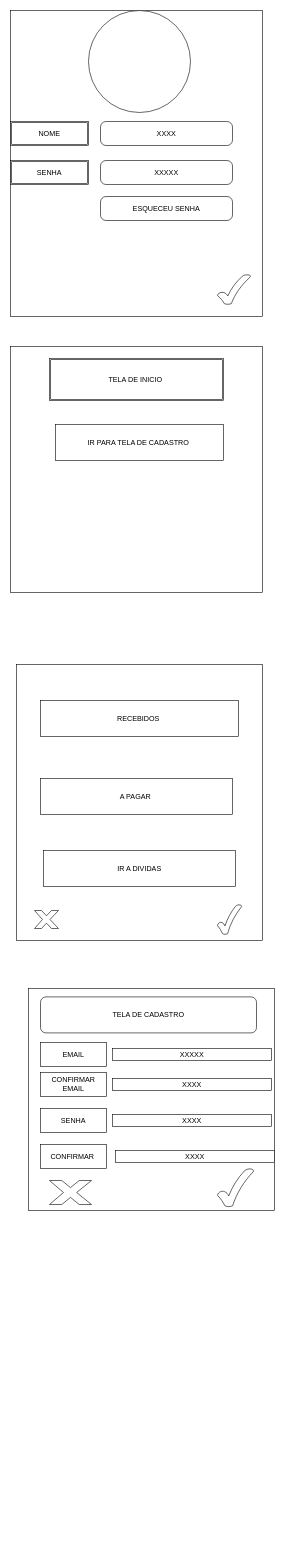
The draw.io diagram Doc/Diagrama sem nome.drawio in kimyenseo/Equipe5, before the edit. Source tidied: cells renumbered, new cells numbered last; positions are measured from the earlier drawing's top-left corner, leaving out a move shared by most shapes. Both pictures are drawn from the tidied source at 60%, with x=0, y=0 at pixel (10, 10).
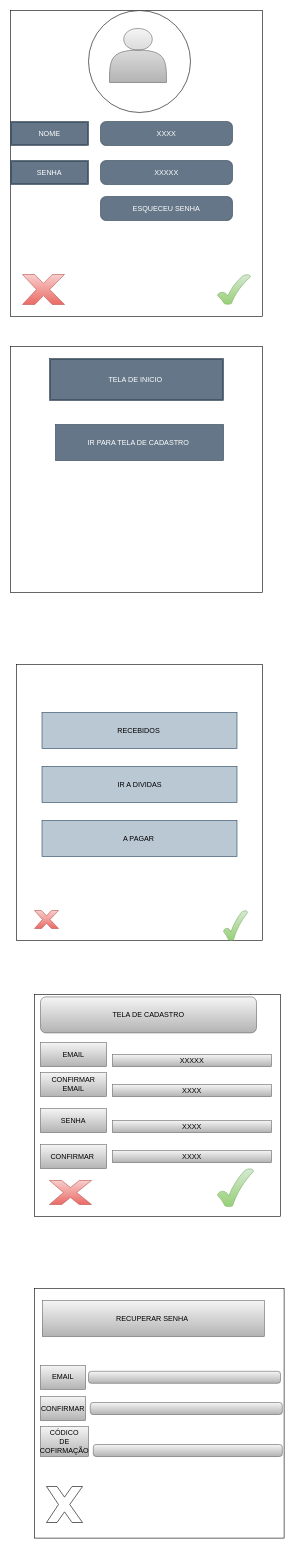
After the change.

The edit, as a diff of the source:
```diff
@@
-    <mxCell id="4" value="XXXX" style="rounded=1;whiteSpace=wrap;html=1;arcSize=23;" parent="1" vertex="1">
+    <mxCell id="4" value="XXXX" style="rounded=1;whiteSpace=wrap;html=1;arcSize=23;fillColor=#647687;fontColor=#ffffff;strokeColor=#314354;" parent="1" vertex="1">
       <mxGeometry x="150" y="185" width="220" height="40" as="geometry" />
     </mxCell>
-    <mxCell id="5" value="NOME" style="shape=ext;double=1;rounded=0;whiteSpace=wrap;html=1;" parent="1" vertex="1">
+    <mxCell id="5" value="NOME" style="shape=ext;double=1;rounded=0;whiteSpace=wrap;html=1;fillColor=#647687;fontColor=#ffffff;strokeColor=#314354;" parent="1" vertex="1">
       <mxGeometry y="185" width="130" height="40" as="geometry" />
     </mxCell>
-    <mxCell id="6" value="SENHA" style="shape=ext;double=1;rounded=0;whiteSpace=wrap;html=1;" parent="1" vertex="1">
+    <mxCell id="6" value="SENHA" style="shape=ext;double=1;rounded=0;whiteSpace=wrap;html=1;fillColor=#647687;fontColor=#ffffff;strokeColor=#314354;" parent="1" vertex="1">
       <mxGeometry y="250" width="130" height="40" as="geometry" />
     </mxCell>
-    <mxCell id="7" value="XXXXX" style="rounded=1;whiteSpace=wrap;html=1;arcSize=23;" parent="1" vertex="1">
+    <mxCell id="7" value="XXXXX" style="rounded=1;whiteSpace=wrap;html=1;arcSize=23;fillColor=#647687;fontColor=#ffffff;strokeColor=#314354;" parent="1" vertex="1">
       <mxGeometry x="150" y="250" width="220" height="40" as="geometry" />
     </mxCell>
-    <mxCell id="8" value="ESQUECEU SENHA" style="rounded=1;whiteSpace=wrap;html=1;arcSize=23;" parent="1" vertex="1">
+    <mxCell id="8" value="ESQUECEU SENHA" style="rounded=1;whiteSpace=wrap;html=1;arcSize=23;fillColor=#647687;fontColor=#ffffff;strokeColor=#314354;" parent="1" vertex="1">
       <mxGeometry x="150" y="310" width="220" height="40" as="geometry" />
     </mxCell>
@@
-    <mxCell id="10" value="RECEBIDOS&amp;nbsp;" style="rounded=0;whiteSpace=wrap;html=1;" parent="1" vertex="1">
-      <mxGeometry x="50" y="1150" width="330" height="60" as="geometry" />
+    <mxCell id="10" value="RECEBIDOS&amp;nbsp;" style="rounded=0;whiteSpace=wrap;html=1;fillColor=#bac8d3;strokeColor=#23445d;" parent="1" vertex="1">
+      <mxGeometry x="52.5" y="1170" width="325" height="60" as="geometry" />
     </mxCell>
-    <mxCell id="11" value="A PAGAR&amp;nbsp;" style="rounded=0;whiteSpace=wrap;html=1;" parent="1" vertex="1">
-      <mxGeometry x="50" y="1280" width="320" height="60" as="geometry" />
-    </mxCell>
-    <mxCell id="12" value="IR A DIVIDAS" style="rounded=0;whiteSpace=wrap;html=1;" parent="1" vertex="1">
-      <mxGeometry x="55" y="1400" width="320" height="60" as="geometry" />
-    </mxCell>
     <mxCell id="13" style="rounded=0;whiteSpace=wrap;html=1;" parent="1" vertex="1">
-      <mxGeometry x="30" y="1630" width="410" height="370" as="geometry" />
+      <mxGeometry x="40" y="1640" width="410" height="370" as="geometry" />
     </mxCell>
-    <mxCell id="14" style="verticalLabelPosition=bottom;verticalAlign=top;html=1;shape=mxgraph.basic.x;" parent="1" vertex="1">
+    <mxCell id="14" style="verticalLabelPosition=bottom;verticalAlign=top;html=1;shape=mxgraph.basic.x;fillColor=#f8cecc;gradientColor=#ea6b66;strokeColor=#b85450;" parent="1" vertex="1">
       <mxGeometry x="40" y="1500" width="40" height="30" as="geometry" />
     </mxCell>
-    <mxCell id="15" style="verticalLabelPosition=bottom;verticalAlign=top;html=1;shape=mxgraph.basic.tick;" parent="1" vertex="1">
-      <mxGeometry x="345" y="1490" width="40" height="50" as="geometry" />
-    </mxCell>
-    <mxCell id="16" style="verticalLabelPosition=bottom;verticalAlign=top;html=1;shape=mxgraph.basic.tick;" parent="1" vertex="1">
+    <mxCell id="16" style="verticalLabelPosition=bottom;verticalAlign=top;html=1;shape=mxgraph.basic.tick;fillColor=#d5e8d4;gradientColor=#97d077;strokeColor=#82b366;" parent="1" vertex="1">
       <mxGeometry x="345" y="440" width="55" height="50" as="geometry" />
     </mxCell>
@@
-    <mxCell id="18" value="TELA DE INICIO&amp;nbsp;" style="shape=ext;double=1;rounded=0;whiteSpace=wrap;html=1;" parent="1" vertex="1">
+    <mxCell id="18" value="TELA DE INICIO&amp;nbsp;" style="shape=ext;double=1;rounded=0;whiteSpace=wrap;html=1;fillColor=#647687;fontColor=#ffffff;strokeColor=#314354;" parent="1" vertex="1">
       <mxGeometry x="65" y="580" width="290" height="70" as="geometry" />
     </mxCell>
-    <mxCell id="19" value="IR PARA TELA DE CADASTRO&amp;nbsp;" style="rounded=0;whiteSpace=wrap;html=1;" parent="1" vertex="1">
+    <mxCell id="19" value="IR PARA TELA DE CADASTRO&amp;nbsp;" style="rounded=0;whiteSpace=wrap;html=1;fillColor=#647687;fontColor=#ffffff;strokeColor=#314354;" parent="1" vertex="1">
       <mxGeometry x="75" y="690" width="280" height="60" as="geometry" />
     </mxCell>
-    <mxCell id="20" value="TELA DE CADASTRO" style="rounded=1;whiteSpace=wrap;html=1;" parent="1" vertex="1">
+    <mxCell id="20" value="TELA DE CADASTRO" style="rounded=1;whiteSpace=wrap;html=1;fillColor=#f5f5f5;gradientColor=#b3b3b3;strokeColor=#666666;" parent="1" vertex="1">
       <mxGeometry x="50" y="1644" width="360" height="60" as="geometry" />
     </mxCell>
-    <mxCell id="21" value="XXXXX" style="rounded=0;whiteSpace=wrap;html=1;" parent="1" vertex="1">
-      <mxGeometry x="170" y="1730" width="265" height="20" as="geometry" />
+    <mxCell id="21" value="XXXXX" style="rounded=0;whiteSpace=wrap;html=1;fillColor=#f5f5f5;gradientColor=#b3b3b3;strokeColor=#666666;" parent="1" vertex="1">
+      <mxGeometry x="170" y="1740" width="265" height="20" as="geometry" />
     </mxCell>
-    <mxCell id="22" value="EMAIL" style="rounded=0;whiteSpace=wrap;html=1;" parent="1" vertex="1">
+    <mxCell id="22" value="EMAIL" style="rounded=0;whiteSpace=wrap;html=1;fillColor=#f5f5f5;gradientColor=#b3b3b3;strokeColor=#666666;" parent="1" vertex="1">
       <mxGeometry x="50" y="1720" width="110" height="40" as="geometry" />
     </mxCell>
-    <mxCell id="23" value="CONFIRMAR&lt;div&gt;EMAIL&lt;/div&gt;" style="rounded=0;whiteSpace=wrap;html=1;" parent="1" vertex="1">
+    <mxCell id="23" value="CONFIRMAR&lt;div&gt;EMAIL&lt;/div&gt;" style="rounded=0;whiteSpace=wrap;html=1;fillColor=#f5f5f5;gradientColor=#b3b3b3;strokeColor=#666666;" parent="1" vertex="1">
       <mxGeometry x="50" y="1770" width="110" height="40" as="geometry" />
     </mxCell>
-    <mxCell id="24" value="XXXX" style="rounded=0;whiteSpace=wrap;html=1;" parent="1" vertex="1">
-      <mxGeometry x="170" y="1780" width="265" height="20" as="geometry" />
+    <mxCell id="24" value="XXXX" style="rounded=0;whiteSpace=wrap;html=1;fillColor=#f5f5f5;gradientColor=#b3b3b3;strokeColor=#666666;" parent="1" vertex="1">
+      <mxGeometry x="170" y="1790" width="265" height="20" as="geometry" />
     </mxCell>
-    <mxCell id="25" value="SENHA" style="rounded=0;whiteSpace=wrap;html=1;" parent="1" vertex="1">
+    <mxCell id="25" value="SENHA" style="rounded=0;whiteSpace=wrap;html=1;fillColor=#f5f5f5;gradientColor=#b3b3b3;strokeColor=#666666;" parent="1" vertex="1">
       <mxGeometry x="50" y="1830" width="110" height="40" as="geometry" />
     </mxCell>
-    <mxCell id="26" value="XXXX" style="rounded=0;whiteSpace=wrap;html=1;" parent="1" vertex="1">
-      <mxGeometry x="170" y="1840" width="265" height="20" as="geometry" />
+    <mxCell id="26" value="XXXX" style="rounded=0;whiteSpace=wrap;html=1;fillColor=#f5f5f5;gradientColor=#b3b3b3;strokeColor=#666666;" parent="1" vertex="1">
+      <mxGeometry x="170" y="1850" width="265" height="20" as="geometry" />
     </mxCell>
-    <mxCell id="27" value="CONFIRMAR&amp;nbsp;" style="rounded=0;whiteSpace=wrap;html=1;" parent="1" vertex="1">
+    <mxCell id="27" value="CONFIRMAR&amp;nbsp;" style="rounded=0;whiteSpace=wrap;html=1;fillColor=#f5f5f5;gradientColor=#b3b3b3;strokeColor=#666666;" parent="1" vertex="1">
       <mxGeometry x="50" y="1890" width="110" height="40" as="geometry" />
     </mxCell>
-    <mxCell id="28" value="XXXX" style="rounded=0;whiteSpace=wrap;html=1;" parent="1" vertex="1">
-      <mxGeometry x="175" y="1900" width="265" height="20" as="geometry" />
+    <mxCell id="28" value="XXXX" style="rounded=0;whiteSpace=wrap;html=1;fillColor=#f5f5f5;gradientColor=#b3b3b3;strokeColor=#666666;" parent="1" vertex="1">
+      <mxGeometry x="170" y="1900" width="265" height="20" as="geometry" />
     </mxCell>
-    <mxCell id="29" style="verticalLabelPosition=bottom;verticalAlign=top;html=1;shape=mxgraph.basic.x;" parent="1" vertex="1">
+    <mxCell id="29" style="verticalLabelPosition=bottom;verticalAlign=top;html=1;shape=mxgraph.basic.x;fillColor=#f8cecc;gradientColor=#ea6b66;strokeColor=#b85450;" parent="1" vertex="1">
       <mxGeometry x="65" y="1950" width="70" height="40" as="geometry" />
     </mxCell>
-    <mxCell id="30" style="verticalLabelPosition=bottom;verticalAlign=top;html=1;shape=mxgraph.basic.tick;" parent="1" vertex="1">
+    <mxCell id="30" style="verticalLabelPosition=bottom;verticalAlign=top;html=1;shape=mxgraph.basic.tick;fillColor=#d5e8d4;gradientColor=#97d077;strokeColor=#82b366;" parent="1" vertex="1">
       <mxGeometry x="345" y="1930" width="60" height="64" as="geometry" />
     </mxCell>
+    <mxCell id="31" style="shape=actor;whiteSpace=wrap;html=1;fillColor=#f5f5f5;gradientColor=#b3b3b3;strokeColor=#666666;" parent="1" vertex="1">
+      <mxGeometry x="165" y="30" width="95" height="90" as="geometry" />
+    </mxCell>
+    <mxCell id="12" value="IR A DIVIDAS" style="rounded=0;whiteSpace=wrap;html=1;fillColor=#bac8d3;strokeColor=#23445d;" parent="1" vertex="1">
+      <mxGeometry x="52.5" y="1260" width="325" height="60" as="geometry" />
+    </mxCell>
+    <mxCell id="11" value="A PAGAR&amp;nbsp;" style="rounded=0;whiteSpace=wrap;html=1;fillColor=#bac8d3;strokeColor=#23445d;" parent="1" vertex="1">
+      <mxGeometry x="52.5" y="1350" width="325" height="60" as="geometry" />
+    </mxCell>
+    <mxCell id="32" style="whiteSpace=wrap;html=1;" parent="1" vertex="1">
+      <mxGeometry x="40" y="2130" width="416" height="416" as="geometry" />
+    </mxCell>
+    <mxCell id="33" value="RECUPERAR SENHA&amp;nbsp;" style="rounded=0;whiteSpace=wrap;html=1;fillColor=#f5f5f5;gradientColor=#b3b3b3;strokeColor=#666666;" parent="1" vertex="1">
+      <mxGeometry x="53" y="2150" width="370" height="60" as="geometry" />
+    </mxCell>
+    <mxCell id="34" style="rounded=1;whiteSpace=wrap;html=1;arcSize=23;fillColor=#f5f5f5;gradientColor=#b3b3b3;strokeColor=#666666;" parent="1" vertex="1">
+      <mxGeometry x="130" y="2268" width="320" height="20" as="geometry" />
+    </mxCell>
+    <mxCell id="35" value="EMAIL" style="rounded=0;whiteSpace=wrap;html=1;fillColor=#f5f5f5;gradientColor=#b3b3b3;strokeColor=#666666;" parent="1" vertex="1">
+      <mxGeometry x="50" y="2258" width="75" height="40" as="geometry" />
+    </mxCell>
+    <mxCell id="36" value="CONFIRMAR" style="rounded=0;whiteSpace=wrap;html=1;fillColor=#f5f5f5;gradientColor=#b3b3b3;strokeColor=#666666;" parent="1" vertex="1">
+      <mxGeometry x="50" y="2310" width="75" height="40" as="geometry" />
+    </mxCell>
+    <mxCell id="37" style="rounded=1;whiteSpace=wrap;html=1;arcSize=23;fillColor=#f5f5f5;gradientColor=#b3b3b3;strokeColor=#666666;" parent="1" vertex="1">
+      <mxGeometry x="133" y="2320" width="320" height="20" as="geometry" />
+    </mxCell>
+    <mxCell id="38" value="CÓDICO&lt;div&gt;DE&lt;/div&gt;&lt;div&gt;COFIRMAÇÃO&lt;/div&gt;" style="rounded=0;whiteSpace=wrap;html=1;fillColor=#f5f5f5;gradientColor=#b3b3b3;strokeColor=#666666;" parent="1" vertex="1">
+      <mxGeometry x="50" y="2360" width="80" height="50" as="geometry" />
+    </mxCell>
+    <mxCell id="39" style="rounded=1;whiteSpace=wrap;html=1;arcSize=23;fillColor=#f5f5f5;gradientColor=#b3b3b3;strokeColor=#666666;" parent="1" vertex="1">
+      <mxGeometry x="138" y="2390" width="315" height="20" as="geometry" />
+    </mxCell>
+    <mxCell id="40" style="verticalLabelPosition=bottom;verticalAlign=top;html=1;shape=mxgraph.basic.x;fillColor=#f8cecc;gradientColor=#ea6b66;strokeColor=#b85450;" parent="1" vertex="1">
+      <mxGeometry x="20" y="440" width="70" height="50" as="geometry" />
+    </mxCell>
+    <mxCell id="41" style="verticalLabelPosition=bottom;verticalAlign=top;html=1;shape=mxgraph.basic.x;" parent="1" vertex="1">
+      <mxGeometry x="60" y="2460" width="60" height="60" as="geometry" />
+    </mxCell>
+    <mxCell id="42" style="verticalLabelPosition=bottom;verticalAlign=top;html=1;shape=mxgraph.basic.tick;fillColor=#d5e8d4;gradientColor=#97d077;strokeColor=#82b366;" parent="1" vertex="1">
+      <mxGeometry x="355" y="1500" width="40" height="50" as="geometry" />
+    </mxCell>
```
